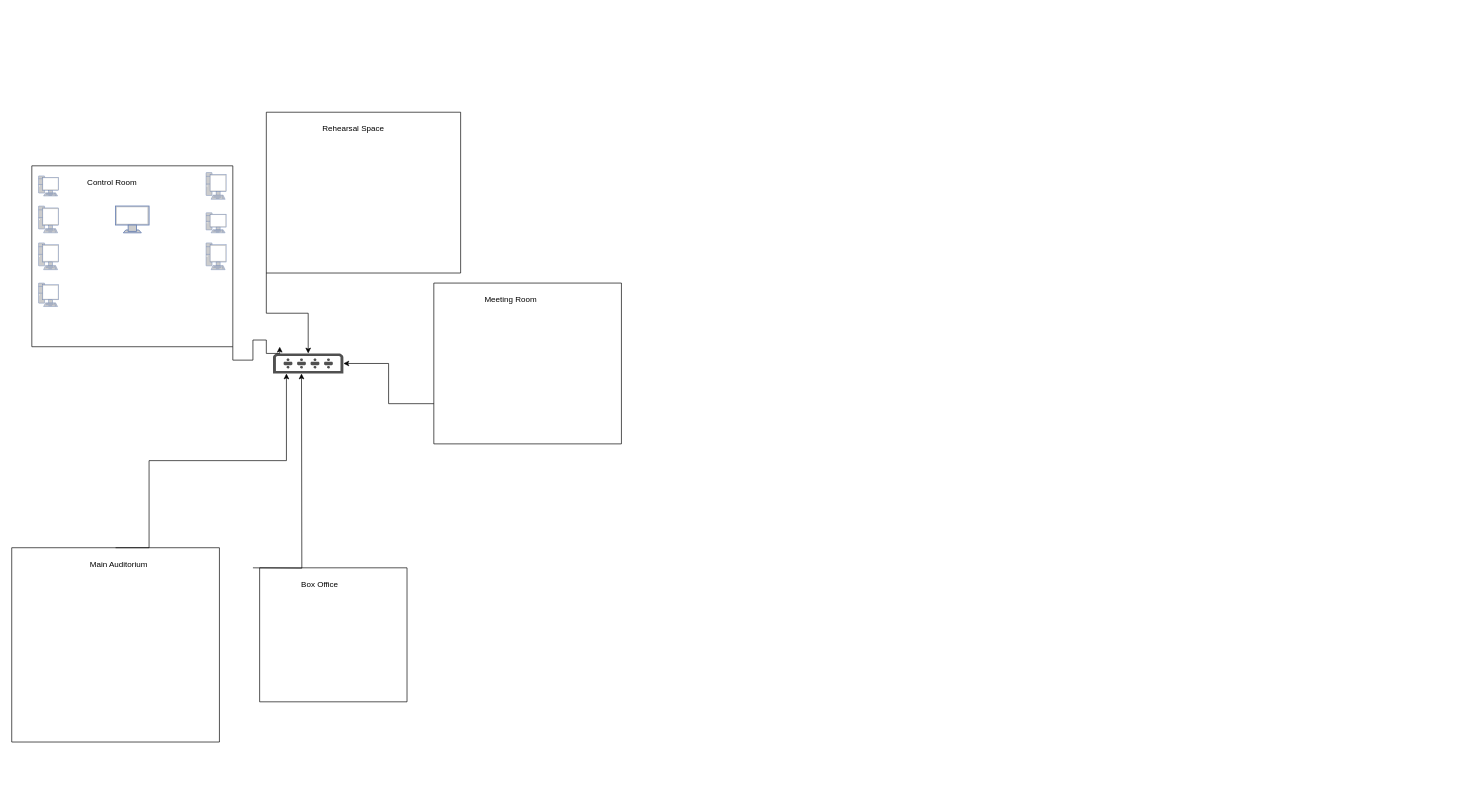
Before: Untitled Diagram.drawio in Lynn-nashe/Lynn-nashe, a draw.io diagram. Source tidied: cells renumbered, new cells numbered last; positions are measured from the earlier drawing's top-left corner, leaving out a move shared by most shapes. Both pictures are drawn from the tidied source at 67%, with x=0, y=0 at pixel (11, 112).
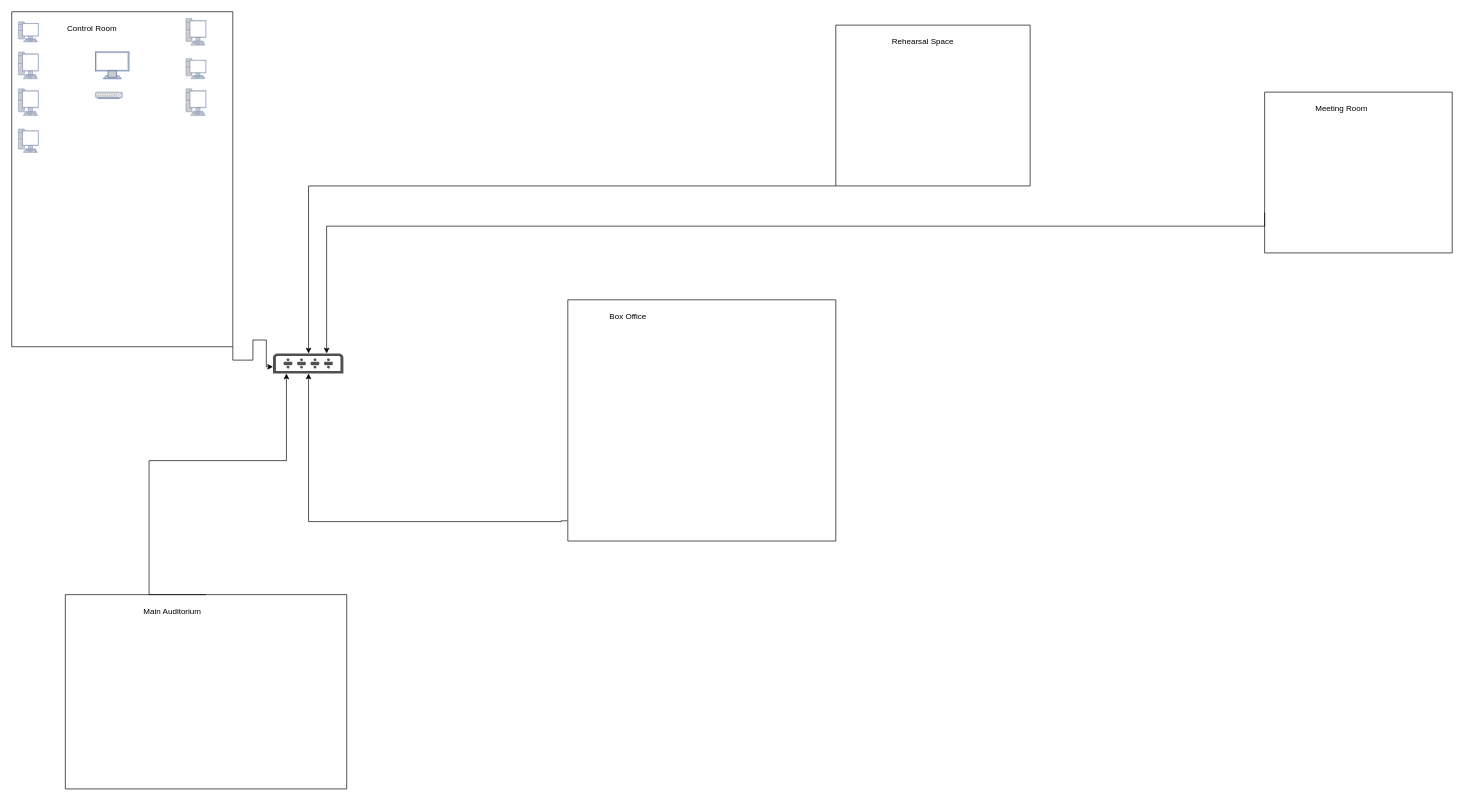
The same page after the edit.

The change refers to these unchanged cells:
```xml
<mxCell id="2" style="sketch=0;shadow=0;dashed=0;html=1;strokeColor=none;fillColor=#505050;labelPosition=center;verticalLabelPosition=bottom;verticalAlign=top;outlineConnect=0;align=center;shape=mxgraph.office.devices.switch;" parent="1" vertex="1">
  <mxGeometry x="390" y="360" width="105" height="30" as="geometry" />
</mxCell>
```

Diff of the diagram source:
```diff
@@
     <mxCell id="3" style="edgeStyle=orthogonalEdgeStyle;rounded=0;jettySize=auto;html=1;exitX=1;exitY=1;exitDx=0;exitDy=0;" parent="1" edge="1" source="4">
       <mxGeometry relative="1" as="geometry">
-        <mxPoint x="400" y="350" as="targetPoint" />
+        <mxPoint x="390" y="380" as="targetPoint" />
         <Array as="points">
           <mxPoint x="330" y="370" />
           <mxPoint x="360" y="370" />
           <mxPoint x="360" y="340" />
           <mxPoint x="380" y="340" />
-          <mxPoint x="380" y="360" />
+          <mxPoint x="380" y="380" />
+          <mxPoint x="390" y="380" />
         </Array>
       </mxGeometry>
     </mxCell>
     <mxCell id="4" style="swimlane;startSize=0;" parent="1" vertex="1">
-      <mxGeometry x="30" y="80" width="300" height="270" as="geometry" />
+      <mxGeometry y="-150" width="330" height="500" as="geometry" />
     </mxCell>
@@
+    <mxCell id="26" style="fontColor=#0066CC;verticalAlign=top;verticalLabelPosition=bottom;labelPosition=center;align=center;html=1;fillColor=#CCCCCC;strokeColor=#6881B3;gradientColor=none;gradientDirection=north;strokeWidth=2;shape=mxgraph.networks.switch;" parent="4" vertex="1">
+      <mxGeometry x="125" y="120" width="40" height="10" as="geometry" />
+    </mxCell>
     <mxCell id="14" style="edgeStyle=orthogonalEdgeStyle;rounded=0;jettySize=auto;html=1;exitX=0;exitY=1;exitDx=0;exitDy=0;" parent="1" edge="1" source="15" target="2">
-      <mxGeometry relative="1" as="geometry" />
+      <mxGeometry relative="1" as="geometry">
+        <Array as="points">
+          <mxPoint x="443" y="110" />
+        </Array>
+      </mxGeometry>
     </mxCell>
     <mxCell id="15" style="swimlane;startSize=0;" parent="1" vertex="1">
-      <mxGeometry x="380" width="290" height="240" as="geometry" />
+      <mxGeometry x="1230" y="-130" width="290" height="240" as="geometry" />
     </mxCell>
@@
     <mxCell id="17" style="edgeStyle=orthogonalEdgeStyle;rounded=0;jettySize=auto;html=1;exitX=0;exitY=0.75;exitDx=0;exitDy=0;" parent="1" edge="1" source="18" target="2">
-      <mxGeometry relative="1" as="geometry" />
+      <mxGeometry relative="1" as="geometry">
+        <Array as="points">
+          <mxPoint x="1870" y="170" />
+          <mxPoint x="470" y="170" />
+        </Array>
+      </mxGeometry>
     </mxCell>
     <mxCell id="18" style="swimlane;startSize=0;" parent="1" vertex="1">
-      <mxGeometry x="630" y="255" width="280" height="240" as="geometry" />
+      <mxGeometry x="1870" y="-30" width="280" height="240" as="geometry" />
     </mxCell>
@@
     <mxCell id="21" style="swimlane;startSize=0;" parent="1" vertex="1">
-      <mxGeometry y="650" width="310" height="290" as="geometry" />
+      <mxGeometry x="80" y="720" width="420" height="290" as="geometry" />
     </mxCell>
@@
-    <mxCell id="23" style="edgeStyle=orthogonalEdgeStyle;rounded=0;orthogonalLoop=1;jettySize=auto;html=1;exitX=0;exitY=0;exitDx=0;exitDy=0;" parent="1" edge="1">
+    <mxCell id="23" style="edgeStyle=orthogonalEdgeStyle;rounded=0;jettySize=auto;html=1;exitX=-0.002;exitY=0.916;exitDx=0;exitDy=0;exitPerimeter=0;" parent="1" edge="1" source="24" target="2">
       <mxGeometry relative="1" as="geometry">
-        <mxPoint x="360" y="680" as="sourcePoint" />
-        <mxPoint x="432.5" y="390" as="targetPoint" />
+        <Array as="points">
+          <mxPoint x="820" y="610" />
+          <mxPoint x="820" y="611" />
+          <mxPoint x="443" y="611" />
+        </Array>
       </mxGeometry>
     </mxCell>
     <mxCell id="24" style="swimlane;startSize=0;" parent="1" vertex="1">
-      <mxGeometry x="370" y="680" width="220" height="200" as="geometry" />
+      <mxGeometry x="830" y="280" width="400" height="360" as="geometry" />
     </mxCell>
```
